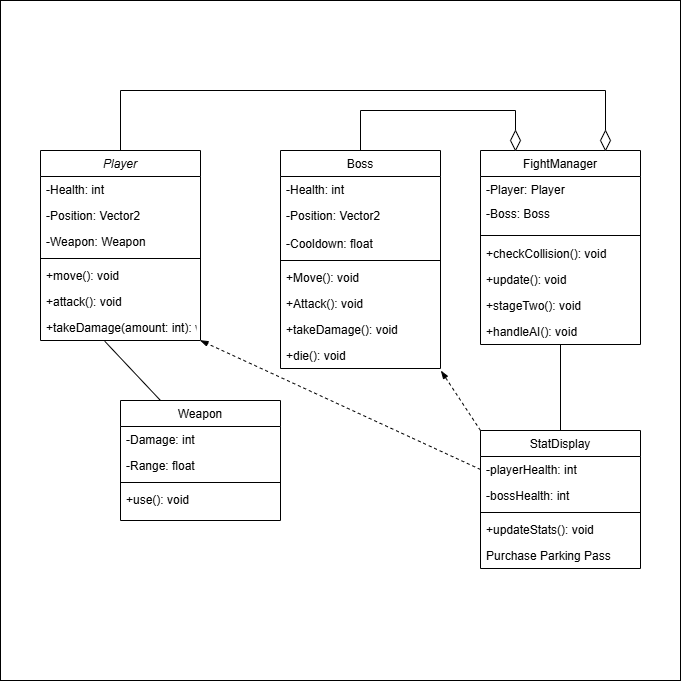
The draw.io diagram Documents/Jonathan/Class Diagram.png in Enoch-Myers/Project-Maroon, before a commit. Source tidied: cells renumbered, new cells last; positions are measured from the earlier drawing's top-left corner, leaving out a move shared by most shapes.
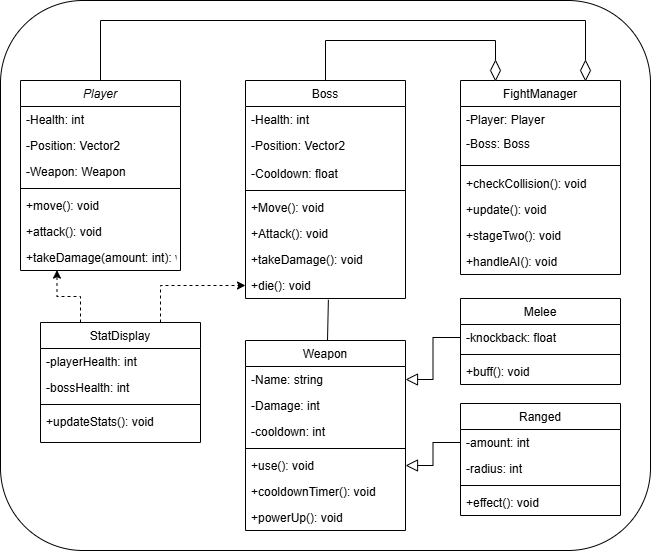
After the change.

Change to the diagram source:
```diff
@@ -2,9 +2,9 @@
   <root>
     <mxCell id="0" />
     <mxCell id="1" parent="0" />
-    <mxCell id="2" style="whiteSpace=wrap;html=1;" parent="1" vertex="1">
-      <mxGeometry width="680" height="680" as="geometry" />
-    </mxCell>
+    <mxCell id="47" style="rounded=1;whiteSpace=wrap;html=1;" parent="1" vertex="1">
+      <mxGeometry x="20" y="70" width="650" height="550" as="geometry" />
+    </mxCell>
     <mxCell id="3" value="Player" style="swimlane;fontStyle=2;align=center;verticalAlign=top;horizontal=1;startSize=26;rounded=0;shadow=0;strokeWidth=1;" parent="1" vertex="1">
       <mxGeometry x="40" y="150" width="160" height="190" as="geometry" />
     </mxCell>
@@ -29,21 +29,33 @@
     <mxCell id="10" value="+takeDamage(amount: int): void" style="text;align=left;verticalAlign=top;spacingLeft=4;spacingRight=4;overflow=hidden;points=[[0,0.5],[1,0.5]];portConstraint=eastwest;" parent="3" vertex="1">
       <mxGeometry y="164" width="160" height="26" as="geometry" />
     </mxCell>
+    <mxCell id="48" style="rounded=0;jettySize=auto;html=1;entryX=0.518;entryY=1.046;entryDx=0;entryDy=0;entryPerimeter=0;endArrow=none;startFill=0;" parent="1" edge="1" source="11" target="32">
+      <mxGeometry relative="1" as="geometry" />
+    </mxCell>
     <mxCell id="11" value="Weapon" style="swimlane;fontStyle=0;align=center;verticalAlign=top;horizontal=1;startSize=26;rounded=0;shadow=0;strokeWidth=1;" parent="1" vertex="1">
-      <mxGeometry x="120" y="400" width="160" height="120" as="geometry" />
+      <mxGeometry x="265" y="410" width="160" height="190" as="geometry" />
     </mxCell>
-    <mxCell id="12" value="-Damage: int" style="text;align=left;verticalAlign=top;spacingLeft=4;spacingRight=4;overflow=hidden;points=[[0,0.5],[1,0.5]];portConstraint=eastwest;" parent="11" vertex="1">
+    <mxCell id="12" value="-Name: string" style="text;align=left;verticalAlign=top;spacingLeft=4;spacingRight=4;overflow=hidden;points=[[0,0.5],[1,0.5]];portConstraint=eastwest;" parent="11" vertex="1">
       <mxGeometry y="26" width="160" height="26" as="geometry" />
     </mxCell>
-    <mxCell id="13" value="-Range: float" style="text;align=left;verticalAlign=top;spacingLeft=4;spacingRight=4;overflow=hidden;rounded=0;shadow=0;html=0;" parent="11" vertex="1">
+    <mxCell id="13" value="-Damage: int" style="text;align=left;verticalAlign=top;spacingLeft=4;spacingRight=4;overflow=hidden;rounded=0;shadow=0;html=0;" parent="11" vertex="1">
       <mxGeometry y="52" width="160" height="26" as="geometry" />
     </mxCell>
+    <mxCell id="49" value="-cooldown: int" style="text;align=left;verticalAlign=top;spacingLeft=4;spacingRight=4;overflow=hidden;rounded=0;shadow=0;html=0;" parent="11" vertex="1">
+      <mxGeometry y="78" width="160" height="26" as="geometry" />
+    </mxCell>
     <mxCell id="14" style="line;html=1;strokeWidth=1;align=left;verticalAlign=middle;spacingTop=-1;spacingLeft=3;spacingRight=3;labelPosition=right;" parent="11" vertex="1">
-      <mxGeometry y="78" width="160" height="8" as="geometry" />
+      <mxGeometry y="104" width="160" height="8" as="geometry" />
     </mxCell>
     <mxCell id="15" value="+use(): void" style="text;align=left;verticalAlign=top;spacingLeft=4;spacingRight=4;overflow=hidden;points=[[0,0.5],[1,0.5]];portConstraint=eastwest;fontStyle=0;" parent="11" vertex="1">
-      <mxGeometry y="86" width="160" height="26" as="geometry" />
+      <mxGeometry y="112" width="160" height="26" as="geometry" />
     </mxCell>
+    <mxCell id="50" value="+cooldownTimer(): void" style="text;align=left;verticalAlign=top;spacingLeft=4;spacingRight=4;overflow=hidden;fontStyle=0;" parent="11" vertex="1">
+      <mxGeometry y="138" width="160" height="26" as="geometry" />
+    </mxCell>
+    <mxCell id="51" value="+powerUp(): void" style="text;align=left;verticalAlign=top;spacingLeft=4;spacingRight=4;overflow=hidden;fontStyle=0;" parent="11" vertex="1">
+      <mxGeometry y="164" width="160" height="26" as="geometry" />
+    </mxCell>
     <mxCell id="16" value="FightManager" style="swimlane;fontStyle=0;align=center;verticalAlign=top;horizontal=1;startSize=26;rounded=0;shadow=0;strokeWidth=1;" parent="1" vertex="1">
       <mxGeometry x="480" y="150" width="160" height="194" as="geometry" />
     </mxCell>
@@ -69,7 +81,7 @@
       <mxGeometry y="168" width="160" height="26" as="geometry" />
     </mxCell>
     <mxCell id="24" value="Boss" style="swimlane;fontStyle=0;align=center;verticalAlign=top;horizontal=1;startSize=26;rounded=0;shadow=0;strokeWidth=1;" parent="1" vertex="1">
-      <mxGeometry x="280" y="150" width="160" height="218" as="geometry" />
+      <mxGeometry x="265" y="150" width="160" height="218" as="geometry" />
     </mxCell>
     <mxCell id="25" value="-Health: int" style="text;align=left;verticalAlign=top;spacingLeft=4;spacingRight=4;overflow=hidden;rounded=0;shadow=0;html=0;" parent="24" vertex="1">
       <mxGeometry y="26" width="160" height="26" as="geometry" />
@@ -95,8 +107,55 @@
     <mxCell id="32" value="+die(): void" style="text;align=left;verticalAlign=top;spacingLeft=4;spacingRight=4;overflow=hidden;points=[[0,0.5],[1,0.5]];portConstraint=eastwest;" parent="24" vertex="1">
       <mxGeometry y="192" width="160" height="26" as="geometry" />
     </mxCell>
+    <mxCell id="41" style="edgeStyle=orthogonalEdgeStyle;rounded=0;jettySize=auto;html=1;exitX=0.5;exitY=0;exitDx=0;exitDy=0;entryX=0.5;entryY=0;entryDx=0;entryDy=0;endArrow=none;startFill=0;" parent="1" edge="1" source="42" target="3">
+      <mxGeometry relative="1" as="geometry">
+        <Array as="points">
+          <mxPoint x="605" y="90" />
+          <mxPoint x="120" y="90" />
+        </Array>
+      </mxGeometry>
+    </mxCell>
+    <mxCell id="42" style="rhombus;whiteSpace=wrap;html=1;" parent="1" vertex="1">
+      <mxGeometry x="600" y="130" width="10" height="20" as="geometry" />
+    </mxCell>
+    <mxCell id="43" style="edgeStyle=orthogonalEdgeStyle;rounded=0;jettySize=auto;html=1;exitX=0.5;exitY=0;exitDx=0;exitDy=0;entryX=0.5;entryY=0;entryDx=0;entryDy=0;endArrow=none;startFill=0;" parent="1" edge="1" source="44" target="24">
+      <mxGeometry relative="1" as="geometry" />
+    </mxCell>
+    <mxCell id="44" style="rhombus;whiteSpace=wrap;html=1;" parent="1" vertex="1">
+      <mxGeometry x="510" y="130" width="10" height="20" as="geometry" />
+    </mxCell>
+    <mxCell id="52" value="Melee" style="swimlane;fontStyle=0;align=center;verticalAlign=top;horizontal=1;startSize=26;rounded=0;shadow=0;strokeWidth=1;" parent="1" vertex="1">
+      <mxGeometry x="480" y="368" width="160" height="86" as="geometry" />
+    </mxCell>
+    <mxCell id="53" value="-knockback: float" style="text;align=left;verticalAlign=top;spacingLeft=4;spacingRight=4;overflow=hidden;points=[[0,0.5],[1,0.5]];portConstraint=eastwest;" parent="52" vertex="1">
+      <mxGeometry y="26" width="160" height="26" as="geometry" />
+    </mxCell>
+    <mxCell id="54" style="line;html=1;strokeWidth=1;align=left;verticalAlign=middle;spacingTop=-1;spacingLeft=3;spacingRight=3;labelPosition=right;" parent="52" vertex="1">
+      <mxGeometry y="52" width="160" height="8" as="geometry" />
+    </mxCell>
+    <mxCell id="55" value="+buff(): void" style="text;align=left;verticalAlign=top;spacingLeft=4;spacingRight=4;overflow=hidden;fontStyle=0;" parent="52" vertex="1">
+      <mxGeometry y="60" width="160" height="26" as="geometry" />
+    </mxCell>
+    <mxCell id="56" value="Ranged" style="swimlane;fontStyle=0;align=center;verticalAlign=top;horizontal=1;startSize=26;rounded=0;shadow=0;strokeWidth=1;" parent="1" vertex="1">
+      <mxGeometry x="480" y="473" width="160" height="112" as="geometry" />
+    </mxCell>
+    <mxCell id="57" value="-amount: int" style="text;align=left;verticalAlign=top;spacingLeft=4;spacingRight=4;overflow=hidden;points=[[0,0.5],[1,0.5]];portConstraint=eastwest;" parent="56" vertex="1">
+      <mxGeometry y="26" width="160" height="26" as="geometry" />
+    </mxCell>
+    <mxCell id="58" value="-radius: int" style="text;align=left;verticalAlign=top;spacingLeft=4;spacingRight=4;overflow=hidden;" parent="56" vertex="1">
+      <mxGeometry y="52" width="160" height="26" as="geometry" />
+    </mxCell>
+    <mxCell id="59" style="line;html=1;strokeWidth=1;align=left;verticalAlign=middle;spacingTop=-1;spacingLeft=3;spacingRight=3;labelPosition=right;" parent="56" vertex="1">
+      <mxGeometry y="78" width="160" height="8" as="geometry" />
+    </mxCell>
+    <mxCell id="60" value="+effect(): void" style="text;align=left;verticalAlign=top;spacingLeft=4;spacingRight=4;overflow=hidden;fontStyle=0;" parent="56" vertex="1">
+      <mxGeometry y="86" width="160" height="26" as="geometry" />
+    </mxCell>
+    <mxCell id="45" style="edgeStyle=orthogonalEdgeStyle;rounded=0;jettySize=auto;html=1;exitX=0.75;exitY=0;exitDx=0;exitDy=0;entryX=0;entryY=0.5;entryDx=0;entryDy=0;dashed=1;" parent="1" edge="1" source="33" target="32">
+      <mxGeometry relative="1" as="geometry" />
+    </mxCell>
     <mxCell id="33" value="StatDisplay" style="swimlane;fontStyle=0;align=center;verticalAlign=top;horizontal=1;startSize=26;rounded=0;shadow=0;strokeWidth=1;" parent="1" vertex="1">
-      <mxGeometry x="480" y="430" width="160" height="138" as="geometry" />
+      <mxGeometry x="60" y="392" width="160" height="120" as="geometry" />
     </mxCell>
     <mxCell id="34" value="-playerHealth: int" style="text;align=left;verticalAlign=top;spacingLeft=4;spacingRight=4;overflow=hidden;points=[[0,0.5],[1,0.5]];portConstraint=eastwest;" parent="33" vertex="1">
       <mxGeometry y="26" width="160" height="26" as="geometry" />
@@ -108,43 +167,16 @@
       <mxGeometry y="78" width="160" height="8" as="geometry" />
     </mxCell>
     <mxCell id="37" value="+updateStats(): void" style="text;align=left;verticalAlign=top;spacingLeft=4;spacingRight=4;overflow=hidden;" parent="33" vertex="1">
-      <mxGeometry y="86" width="160" height="26" as="geometry" />
+      <mxGeometry y="86" width="160" height="34" as="geometry" />
     </mxCell>
-    <mxCell id="38" value="Purchase Parking Pass" style="text;align=left;verticalAlign=top;spacingLeft=4;spacingRight=4;overflow=hidden;" parent="33" vertex="1">
-      <mxGeometry y="112" width="160" height="26" as="geometry" />
-    </mxCell>
-    <mxCell id="39" style="endArrow=none;html=1;rounded=0;entryX=0.402;entryY=1.031;entryDx=0;entryDy=0;entryPerimeter=0;" parent="1" edge="1" target="10">
-      <mxGeometry relative="1" as="geometry">
-        <mxPoint x="160" y="400" as="sourcePoint" />
-      </mxGeometry>
-    </mxCell>
-    <mxCell id="40" style="endArrow=none;html=1;rounded=0;entryX=0.402;entryY=1.031;entryDx=0;entryDy=0;entryPerimeter=0;exitX=0.5;exitY=0;exitDx=0;exitDy=0;" parent="1" edge="1" source="33">
-      <mxGeometry relative="1" as="geometry">
-        <mxPoint x="560" y="344" as="targetPoint" />
-      </mxGeometry>
-    </mxCell>
-    <mxCell id="41" style="edgeStyle=orthogonalEdgeStyle;rounded=0;jettySize=auto;html=1;exitX=0.5;exitY=0;exitDx=0;exitDy=0;entryX=0.5;entryY=0;entryDx=0;entryDy=0;endArrow=none;startFill=0;" parent="1" edge="1" source="42" target="3">
-      <mxGeometry relative="1" as="geometry">
-        <Array as="points">
-          <mxPoint x="605" y="90" />
-          <mxPoint x="120" y="90" />
-        </Array>
-      </mxGeometry>
-    </mxCell>
-    <mxCell id="42" style="rhombus;whiteSpace=wrap;html=1;" parent="1" vertex="1">
-      <mxGeometry x="600" y="130" width="10" height="20" as="geometry" />
-    </mxCell>
-    <mxCell id="43" style="edgeStyle=orthogonalEdgeStyle;rounded=0;jettySize=auto;html=1;exitX=0.5;exitY=0;exitDx=0;exitDy=0;entryX=0.5;entryY=0;entryDx=0;entryDy=0;endArrow=none;startFill=0;" parent="1" edge="1" source="44" target="24">
-      <mxGeometry relative="1" as="geometry" />
-    </mxCell>
-    <mxCell id="44" style="rhombus;whiteSpace=wrap;html=1;" parent="1" vertex="1">
-      <mxGeometry x="510" y="130" width="10" height="20" as="geometry" />
-    </mxCell>
-    <mxCell id="45" style="rounded=0;jettySize=auto;html=1;exitX=0;exitY=0;exitDx=0;exitDy=0;entryX=1.003;entryY=1.085;entryDx=0;entryDy=0;entryPerimeter=0;endArrow=blockThin;startFill=0;dashed=1;endFill=1;" parent="1" edge="1" source="33" target="32">
-      <mxGeometry relative="1" as="geometry" />
-    </mxCell>
-    <mxCell id="46" style="rounded=0;jettySize=auto;html=1;exitX=0;exitY=0.5;exitDx=0;exitDy=0;entryX=0.997;entryY=0.992;entryDx=0;entryDy=0;entryPerimeter=0;dashed=1;endArrow=blockThin;endFill=1;" parent="1" edge="1" source="34" target="10">
-      <mxGeometry relative="1" as="geometry" />
-    </mxCell>
+    <mxCell id="61" style="edgeStyle=orthogonalEdgeStyle;rounded=0;jettySize=auto;html=1;exitX=0.25;exitY=0;exitDx=0;exitDy=0;entryX=0.228;entryY=0.985;entryDx=0;entryDy=0;entryPerimeter=0;dashed=1;" parent="1" edge="1" source="33" target="10">
+      <mxGeometry relative="1" as="geometry" />
+    </mxCell>
+    <mxCell id="62" style="edgeStyle=orthogonalEdgeStyle;rounded=0;jettySize=auto;html=1;exitX=0;exitY=0.5;exitDx=0;exitDy=0;entryX=1;entryY=0.5;entryDx=0;entryDy=0;endArrow=block;endFill=0;endSize=10;" parent="1" edge="1" source="53" target="12">
+      <mxGeometry relative="1" as="geometry" />
+    </mxCell>
+    <mxCell id="63" style="edgeStyle=orthogonalEdgeStyle;rounded=0;jettySize=auto;html=1;exitX=0;exitY=0.5;exitDx=0;exitDy=0;entryX=1;entryY=0.5;entryDx=0;entryDy=0;endSize=10;endArrow=block;endFill=0;" parent="1" edge="1" source="57" target="15">
+      <mxGeometry relative="1" as="geometry" />
+    </mxCell>
   </root>
 </mxGraphModel>
```
